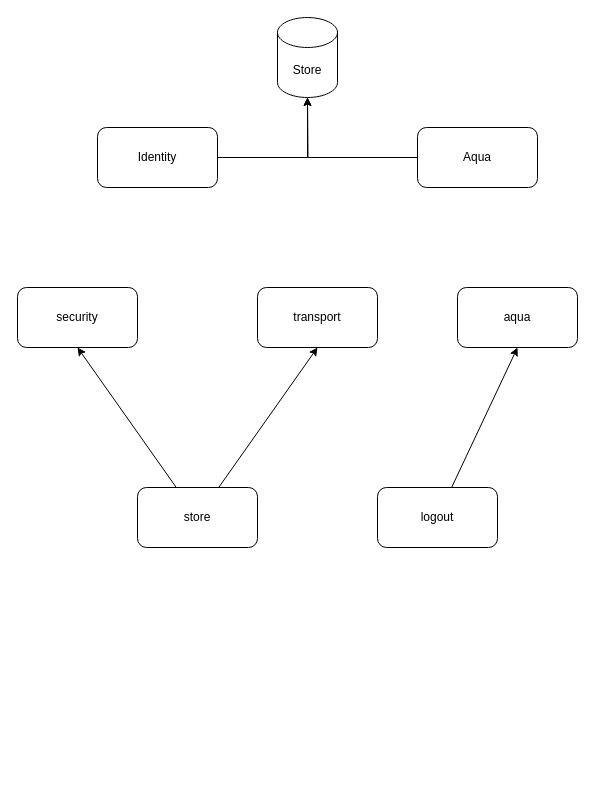
The draw.io diagram archi.drawio in Marcel-B/turbotest, before the edit. Source tidied: cells renumbered, new cells numbered last; positions are measured from the earlier drawing's top-left corner, leaving out a move shared by most shapes. Both pictures are drawn from the tidied source at 100%, with x=0, y=0 at pixel (17, 17).
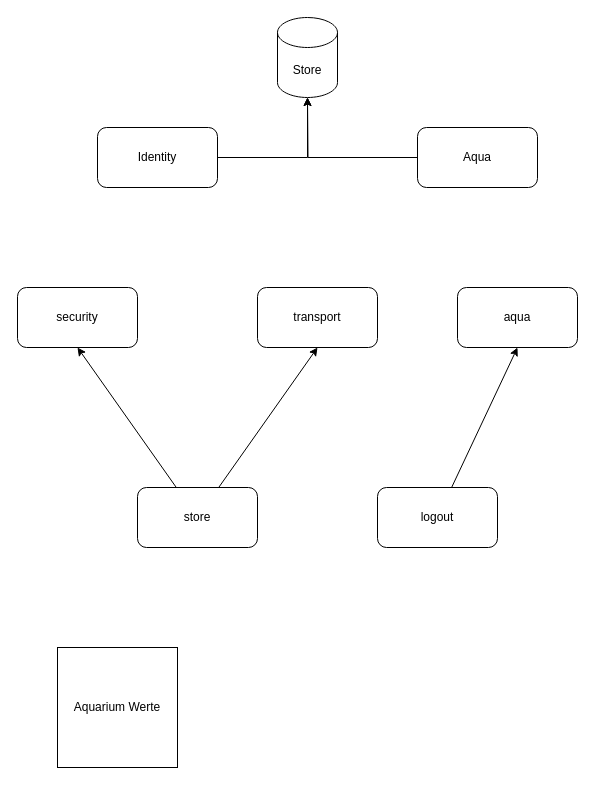
After the change.

Diff of the diagram source:
```diff
@@
 <mxGraphModel>
   <root>
     <mxCell id="0" />
     <mxCell id="1" parent="0" />
     <mxCell id="2" value="Store" style="shape=cylinder3;whiteSpace=wrap;html=1;boundedLbl=1;backgroundOutline=1;size=15;" parent="1" vertex="1">
       <mxGeometry x="260" width="60" height="80" as="geometry" />
     </mxCell>
     <mxCell id="3" style="edgeStyle=orthogonalEdgeStyle;rounded=0;jettySize=auto;html=1;entryX=0.5;entryY=1;entryDx=0;entryDy=0;entryPerimeter=0;" parent="1" edge="1" source="4" target="2">
       <mxGeometry relative="1" as="geometry" />
     </mxCell>
     <mxCell id="4" value="Identity" style="rounded=1;whiteSpace=wrap;html=1;" parent="1" vertex="1">
       <mxGeometry x="80" y="110" width="120" height="60" as="geometry" />
     </mxCell>
     <mxCell id="5" style="edgeStyle=orthogonalEdgeStyle;rounded=0;jettySize=auto;html=1;" parent="1" edge="1" source="6">
       <mxGeometry relative="1" as="geometry">
         <mxPoint x="290" y="80" as="targetPoint" />
       </mxGeometry>
     </mxCell>
     <mxCell id="6" value="Aqua" style="rounded=1;whiteSpace=wrap;html=1;" parent="1" vertex="1">
       <mxGeometry x="400" y="110" width="120" height="60" as="geometry" />
     </mxCell>
     <mxCell id="7" value="security" style="rounded=1;whiteSpace=wrap;html=1;" parent="1" vertex="1">
       <mxGeometry y="270" width="120" height="60" as="geometry" />
     </mxCell>
     <mxCell id="8" style="edgeStyle=none;html=1;entryX=0.5;entryY=1;entryDx=0;entryDy=0;" parent="1" edge="1" source="10" target="7">
       <mxGeometry relative="1" as="geometry" />
     </mxCell>
     <mxCell id="9" style="edgeStyle=none;html=1;entryX=0.5;entryY=1;entryDx=0;entryDy=0;" parent="1" edge="1" source="10" target="11">
       <mxGeometry relative="1" as="geometry" />
     </mxCell>
     <mxCell id="10" value="store" style="rounded=1;whiteSpace=wrap;html=1;" parent="1" vertex="1">
       <mxGeometry x="120" y="470" width="120" height="60" as="geometry" />
     </mxCell>
     <mxCell id="11" value="transport" style="rounded=1;whiteSpace=wrap;html=1;" parent="1" vertex="1">
       <mxGeometry x="240" y="270" width="120" height="60" as="geometry" />
     </mxCell>
     <mxCell id="12" value="aqua" style="rounded=1;whiteSpace=wrap;html=1;" parent="1" vertex="1">
       <mxGeometry x="440" y="270" width="120" height="60" as="geometry" />
     </mxCell>
     <mxCell id="13" style="edgeStyle=none;html=1;entryX=0.5;entryY=1;entryDx=0;entryDy=0;" parent="1" edge="1" source="14" target="12">
       <mxGeometry relative="1" as="geometry" />
     </mxCell>
     <mxCell id="14" value="logout" style="rounded=1;whiteSpace=wrap;html=1;" parent="1" vertex="1">
       <mxGeometry x="360" y="470" width="120" height="60" as="geometry" />
     </mxCell>
+    <mxCell id="15" value="Aquarium Werte" style="whiteSpace=wrap;html=1;" parent="1" vertex="1">
+      <mxGeometry x="40" y="630" width="120" height="120" as="geometry" />
+    </mxCell>
   </root>
 </mxGraphModel>
```
